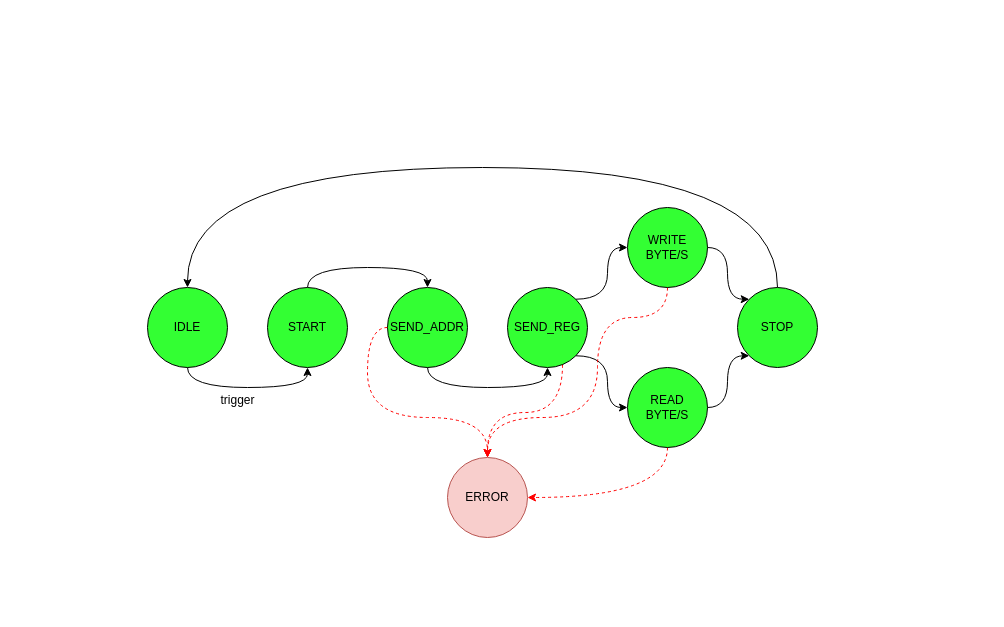
Above: page "I2C_CONTROLLER" (5 of 5) of projects/vicon_cmgj/diagram/vicon.drawio in carlosmgj/VICON (draw.io), before the change. Source tidied: cells renumbered, new cells numbered last; positions are measured from the earlier drawing's top-left corner, leaving out a move shared by most shapes. Both pictures are drawn from the tidied source at 100%, with x=0, y=0 at pixel (147, 167).
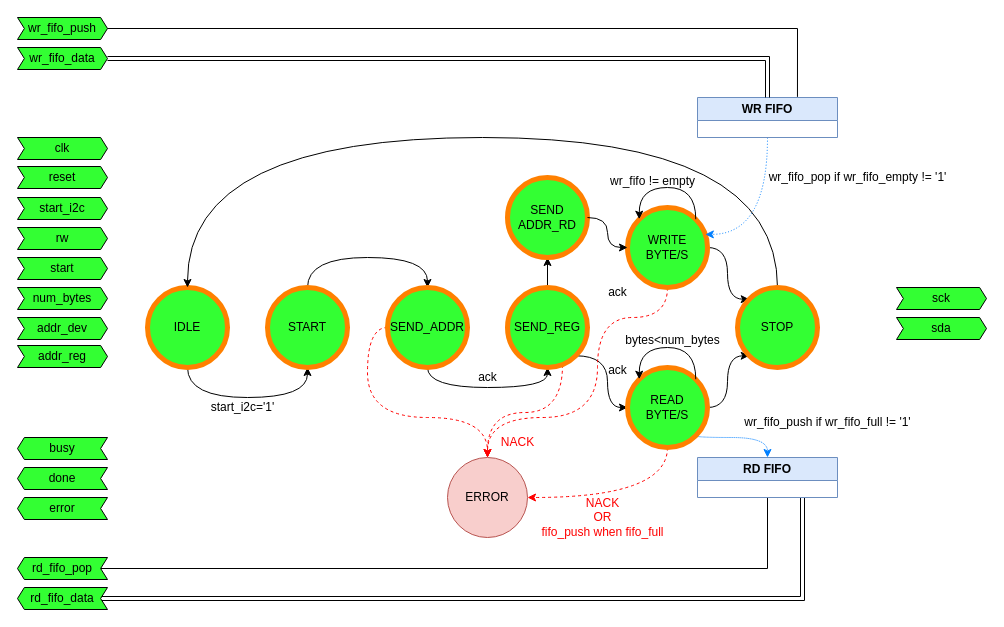
Above is the later version.

Change to the diagram source:
```diff
@@
     <mxCell id="2" style="edgeStyle=orthogonalEdgeStyle;rounded=0;jettySize=auto;html=1;exitX=0.5;exitY=1;exitDx=0;exitDy=0;entryX=0.5;entryY=1;entryDx=0;entryDy=0;curved=1;" parent="1" edge="1" source="3" target="5">
-      <mxGeometry relative="1" as="geometry" />
+      <mxGeometry relative="1" as="geometry">
+        <Array as="points">
+          <mxPoint x="40" y="230" />
+          <mxPoint x="160" y="230" />
+        </Array>
+      </mxGeometry>
     </mxCell>
-    <mxCell id="3" value="IDLE" style="ellipse;whiteSpace=wrap;html=1;fillColor=#33FF33;" parent="1" vertex="1">
+    <mxCell id="3" value="IDLE" style="ellipse;whiteSpace=wrap;html=1;fillColor=#33FF33;strokeColor=#FF8000;strokeWidth=5;" parent="1" vertex="1">
       <mxGeometry y="120" width="80" height="80" as="geometry" />
     </mxCell>
     <mxCell id="4" style="edgeStyle=orthogonalEdgeStyle;rounded=0;jettySize=auto;html=1;exitX=0.5;exitY=0;exitDx=0;exitDy=0;entryX=0.5;entryY=0;entryDx=0;entryDy=0;curved=1;" parent="1" edge="1" source="5" target="8">
-      <mxGeometry relative="1" as="geometry" />
+      <mxGeometry relative="1" as="geometry">
+        <Array as="points">
+          <mxPoint x="160" y="90" />
+          <mxPoint x="280" y="90" />
+        </Array>
+      </mxGeometry>
     </mxCell>
-    <mxCell id="5" value="START" style="ellipse;whiteSpace=wrap;html=1;fillColor=#33FF33;" parent="1" vertex="1">
+    <mxCell id="5" value="START" style="ellipse;whiteSpace=wrap;html=1;fillColor=#33FF33;strokeColor=#FF8000;strokeWidth=5;" parent="1" vertex="1">
       <mxGeometry x="120" y="120" width="80" height="80" as="geometry" />
     </mxCell>
@@
-    <mxCell id="8" value="SEND_ADDR" style="ellipse;whiteSpace=wrap;html=1;fillColor=#33FF33;" parent="1" vertex="1">
+    <mxCell id="8" value="SEND_ADDR" style="ellipse;whiteSpace=wrap;html=1;fillColor=#33FF33;strokeColor=#FF8000;strokeWidth=5;" parent="1" vertex="1">
       <mxGeometry x="240" y="120" width="80" height="80" as="geometry" />
     </mxCell>
-    <mxCell id="9" style="edgeStyle=orthogonalEdgeStyle;rounded=0;jettySize=auto;html=1;exitX=1;exitY=0;exitDx=0;exitDy=0;entryX=0;entryY=0.5;entryDx=0;entryDy=0;curved=1;" parent="1" edge="1" source="12" target="18">
-      <mxGeometry relative="1" as="geometry" />
-    </mxCell>
@@
+    <mxCell id="23" style="edgeStyle=orthogonalEdgeStyle;rounded=0;jettySize=auto;html=1;entryX=0.5;entryY=1;entryDx=0;entryDy=0;" parent="1" edge="1" source="12" target="61">
+      <mxGeometry relative="1" as="geometry" />
+    </mxCell>
-    <mxCell id="12" value="SEND_REG" style="ellipse;whiteSpace=wrap;html=1;fillColor=#33FF33;" parent="1" vertex="1">
+    <mxCell id="12" value="SEND_REG" style="ellipse;whiteSpace=wrap;html=1;fillColor=#33FF33;strokeColor=#FF8000;strokeWidth=5;" parent="1" vertex="1">
       <mxGeometry x="360" y="120" width="80" height="80" as="geometry" />
     </mxCell>
@@
+    <mxCell id="24" style="edgeStyle=orthogonalEdgeStyle;rounded=0;jettySize=auto;html=1;exitX=1;exitY=1;exitDx=0;exitDy=0;entryX=0.5;entryY=0;entryDx=0;entryDy=0;curved=1;dashed=1;dashPattern=1 1;strokeColor=#007FFF;" parent="1" edge="1" source="15" target="33">
+      <mxGeometry relative="1" as="geometry">
+        <Array as="points">
+          <mxPoint x="548" y="270" />
+          <mxPoint x="620" y="270" />
+        </Array>
+      </mxGeometry>
+    </mxCell>
-    <mxCell id="15" value="READ BYTE/S" style="ellipse;whiteSpace=wrap;html=1;fillColor=#33FF33;" parent="1" vertex="1">
+    <mxCell id="15" value="READ BYTE/S" style="ellipse;whiteSpace=wrap;html=1;fillColor=#33FF33;strokeColor=#FF8000;strokeWidth=5;" parent="1" vertex="1">
       <mxGeometry x="480" y="200" width="80" height="80" as="geometry" />
     </mxCell>
@@
-    <mxCell id="18" value="WRITE&lt;br&gt;BYTE/S" style="ellipse;whiteSpace=wrap;html=1;fillColor=#33FF33;" parent="1" vertex="1">
+    <mxCell id="18" value="WRITE&lt;br&gt;BYTE/S" style="ellipse;whiteSpace=wrap;html=1;fillColor=#33FF33;strokeColor=#FF8000;strokeWidth=5;" parent="1" vertex="1">
       <mxGeometry x="480" y="40" width="80" height="80" as="geometry" />
     </mxCell>
     <mxCell id="19" style="edgeStyle=orthogonalEdgeStyle;rounded=0;jettySize=auto;html=1;exitX=0.5;exitY=0;exitDx=0;exitDy=0;entryX=0.5;entryY=0;entryDx=0;entryDy=0;curved=1;" parent="1" edge="1" source="20" target="3">
       <mxGeometry relative="1" as="geometry">
         <Array as="points">
-          <mxPoint x="630" />
-          <mxPoint x="40" />
+          <mxPoint x="630" y="-30" />
+          <mxPoint x="40" y="-30" />
         </Array>
       </mxGeometry>
     </mxCell>
-    <mxCell id="20" value="STOP" style="ellipse;whiteSpace=wrap;html=1;fillColor=#33FF33;" parent="1" vertex="1">
+    <mxCell id="20" value="STOP" style="ellipse;whiteSpace=wrap;html=1;fillColor=#33FF33;strokeColor=#FF8000;strokeWidth=5;" parent="1" vertex="1">
       <mxGeometry x="590" y="120" width="80" height="80" as="geometry" />
     </mxCell>
-    <mxCell id="21" value="trigger" style="text;html=1;align=center;verticalAlign=middle;strokeColor=none;fillColor=none;" parent="1" vertex="1">
-      <mxGeometry x="60" y="218" width="60" height="30" as="geometry" />
-    </mxCell>
@@
+    <mxCell id="25" value="NACK" style="text;html=1;align=center;verticalAlign=middle;strokeColor=none;fillColor=none;fontColor=#FF0000;" parent="1" vertex="1">
+      <mxGeometry x="340" y="260" width="60" height="30" as="geometry" />
+    </mxCell>
+    <mxCell id="26" value="NACK &lt;br&gt;OR &lt;br&gt;fifo_push when fifo_full" style="text;html=1;align=center;verticalAlign=middle;strokeColor=none;fillColor=none;fontColor=#FF0000;" parent="1" vertex="1">
+      <mxGeometry x="380" y="320" width="150" height="60" as="geometry" />
+    </mxCell>
+    <mxCell id="27" style="edgeStyle=orthogonalEdgeStyle;rounded=0;orthogonalLoop=1;jettySize=auto;html=1;exitX=1;exitY=0;exitDx=0;exitDy=0;entryX=0;entryY=0;entryDx=0;entryDy=0;curved=1;" parent="1" edge="1" source="15" target="15">
+      <mxGeometry relative="1" as="geometry">
+        <Array as="points">
+          <mxPoint x="548" y="180" />
+          <mxPoint x="492" y="180" />
+        </Array>
+      </mxGeometry>
+    </mxCell>
+    <mxCell id="28" style="edgeStyle=orthogonalEdgeStyle;rounded=0;orthogonalLoop=1;jettySize=auto;html=1;exitX=1;exitY=0;exitDx=0;exitDy=0;entryX=0;entryY=0;entryDx=0;entryDy=0;curved=1;" parent="1" edge="1" source="18" target="18">
+      <mxGeometry relative="1" as="geometry">
+        <Array as="points">
+          <mxPoint x="548" y="20" />
+          <mxPoint x="492" y="20" />
+        </Array>
+      </mxGeometry>
+    </mxCell>
+    <mxCell id="29" style="edgeStyle=orthogonalEdgeStyle;rounded=0;jettySize=auto;html=1;exitX=0.5;exitY=1;exitDx=0;exitDy=0;entryX=0.973;entryY=0.336;entryDx=0;entryDy=0;curved=1;entryPerimeter=0;dashed=1;dashPattern=1 2;strokeColor=#007FFF;" parent="1" edge="1" source="30" target="18">
+      <mxGeometry relative="1" as="geometry">
+        <Array as="points">
+          <mxPoint x="620" y="67" />
+        </Array>
+      </mxGeometry>
+    </mxCell>
+    <mxCell id="30" value="WR FIFO" style="swimlane;whiteSpace=wrap;html=1;fillColor=#dae8fc;strokeColor=#6c8ebf;" parent="1" vertex="1">
+      <mxGeometry x="550" y="-70" width="140" height="40" as="geometry" />
+    </mxCell>
+    <mxCell id="31" style="edgeStyle=orthogonalEdgeStyle;rounded=0;jettySize=auto;html=1;exitX=0.5;exitY=1;exitDx=0;exitDy=0;entryX=1;entryY=0.5;entryDx=0;entryDy=0;endArrow=none;endFill=0;" parent="1" edge="1" source="33" target="36">
+      <mxGeometry relative="1" as="geometry">
+        <Array as="points">
+          <mxPoint x="620" y="401" />
+        </Array>
+      </mxGeometry>
+    </mxCell>
+    <mxCell id="32" style="edgeStyle=orthogonalEdgeStyle;rounded=0;jettySize=auto;html=1;exitX=0.75;exitY=1;exitDx=0;exitDy=0;entryX=1;entryY=0.5;entryDx=0;entryDy=0;shape=link;" parent="1" edge="1" source="33" target="37">
+      <mxGeometry relative="1" as="geometry">
+        <Array as="points">
+          <mxPoint x="655" y="431" />
+        </Array>
+      </mxGeometry>
+    </mxCell>
+    <mxCell id="33" value="RD FIFO" style="swimlane;whiteSpace=wrap;html=1;fillColor=#dae8fc;strokeColor=#6c8ebf;" parent="1" vertex="1">
+      <mxGeometry x="550" y="290" width="140" height="40" as="geometry" />
+    </mxCell>
+    <mxCell id="34" value="wr_fifo_push" style="shape=step;perimeter=stepPerimeter;whiteSpace=wrap;html=1;fixedSize=1;size=6.8620689655173805;labelBackgroundColor=none;rounded=0;fillColor=#33FF33;" parent="1" vertex="1">
+      <mxGeometry x="-130" y="-150" width="90" height="22" as="geometry" />
+    </mxCell>
+    <mxCell id="35" style="edgeStyle=orthogonalEdgeStyle;rounded=0;jettySize=auto;html=1;entryX=0.5;entryY=0;entryDx=0;entryDy=0;shape=link;exitX=1;exitY=0.5;exitDx=0;exitDy=0;" parent="1" edge="1" source="45" target="30">
+      <mxGeometry relative="1" as="geometry" />
+    </mxCell>
+    <mxCell id="36" value="rd_fifo_pop" style="shape=step;perimeter=stepPerimeter;whiteSpace=wrap;html=1;fixedSize=1;size=6.8620689655173805;labelBackgroundColor=none;rounded=0;fillColor=#33FF33;flipH=1;" parent="1" vertex="1">
+      <mxGeometry x="-130" y="390" width="90" height="22" as="geometry" />
+    </mxCell>
+    <mxCell id="37" value="rd_fifo_data" style="shape=step;perimeter=stepPerimeter;whiteSpace=wrap;html=1;fixedSize=1;size=6.8620689655173805;labelBackgroundColor=none;rounded=0;fillColor=#33FF33;flipH=1;" parent="1" vertex="1">
+      <mxGeometry x="-130" y="420" width="90" height="22" as="geometry" />
+    </mxCell>
+    <mxCell id="38" style="edgeStyle=orthogonalEdgeStyle;rounded=0;jettySize=auto;html=1;entryX=0.714;entryY=-0.016;entryDx=0;entryDy=0;entryPerimeter=0;endArrow=none;endFill=0;exitX=1;exitY=0.5;exitDx=0;exitDy=0;" parent="1" edge="1" source="34" target="30">
+      <mxGeometry relative="1" as="geometry">
+        <Array as="points">
+          <mxPoint x="650" y="-139" />
+        </Array>
+      </mxGeometry>
+    </mxCell>
+    <mxCell id="39" value="start_i2c='1'" style="text;html=1;align=center;verticalAlign=middle;strokeColor=none;fillColor=none;" parent="1" vertex="1">
+      <mxGeometry x="50" y="225" width="90" height="30" as="geometry" />
+    </mxCell>
+    <mxCell id="40" value="wr_fifo_pop if wr_fifo_empty != '1'" style="text;html=1;align=center;verticalAlign=middle;strokeColor=none;fillColor=none;" parent="1" vertex="1">
+      <mxGeometry x="610" y="-5" width="200" height="30" as="geometry" />
+    </mxCell>
+    <mxCell id="41" value="wr_fifo_push if wr_fifo_full != '1'" style="text;html=1;align=center;verticalAlign=middle;strokeColor=none;fillColor=none;" parent="1" vertex="1">
+      <mxGeometry x="585" y="240" width="190" height="30" as="geometry" />
+    </mxCell>
+    <mxCell id="42" value="busy" style="shape=step;perimeter=stepPerimeter;whiteSpace=wrap;html=1;fixedSize=1;size=6.8620689655173805;labelBackgroundColor=none;rounded=0;fillColor=#33FF33;flipH=1;" parent="1" vertex="1">
+      <mxGeometry x="-130" y="270" width="90" height="22" as="geometry" />
+    </mxCell>
+    <mxCell id="43" value="sck" style="shape=step;perimeter=stepPerimeter;whiteSpace=wrap;html=1;fixedSize=1;size=6.8620689655173805;labelBackgroundColor=none;rounded=0;fillColor=#33FF33;" parent="1" vertex="1">
+      <mxGeometry x="749" y="120" width="90" height="22" as="geometry" />
+    </mxCell>
+    <mxCell id="44" value="sda" style="shape=step;perimeter=stepPerimeter;whiteSpace=wrap;html=1;fixedSize=1;size=6.8620689655173805;labelBackgroundColor=none;rounded=0;fillColor=#33FF33;" parent="1" vertex="1">
+      <mxGeometry x="749" y="150" width="90" height="22" as="geometry" />
+    </mxCell>
+    <mxCell id="45" value="wr_fifo_data" style="shape=step;perimeter=stepPerimeter;whiteSpace=wrap;html=1;fixedSize=1;size=6.8620689655173805;labelBackgroundColor=none;rounded=0;fillColor=#33FF33;" parent="1" vertex="1">
+      <mxGeometry x="-130" y="-120" width="90" height="22" as="geometry" />
+    </mxCell>
+    <mxCell id="46" value="clk" style="shape=step;perimeter=stepPerimeter;whiteSpace=wrap;html=1;fixedSize=1;size=6.8620689655173805;labelBackgroundColor=none;rounded=0;fillColor=#33FF33;" parent="1" vertex="1">
+      <mxGeometry x="-130" y="-30" width="90" height="22" as="geometry" />
+    </mxCell>
+    <mxCell id="47" value="reset" style="shape=step;perimeter=stepPerimeter;whiteSpace=wrap;html=1;fixedSize=1;size=6.8620689655173805;labelBackgroundColor=none;rounded=0;fillColor=#33FF33;" parent="1" vertex="1">
+      <mxGeometry x="-130" y="-1" width="90" height="22" as="geometry" />
+    </mxCell>
+    <mxCell id="48" value="start_i2c" style="shape=step;perimeter=stepPerimeter;whiteSpace=wrap;html=1;fixedSize=1;size=6.8620689655173805;labelBackgroundColor=none;rounded=0;fillColor=#33FF33;" parent="1" vertex="1">
+      <mxGeometry x="-130" y="30" width="90" height="22" as="geometry" />
+    </mxCell>
+    <mxCell id="49" value="rw" style="shape=step;perimeter=stepPerimeter;whiteSpace=wrap;html=1;fixedSize=1;size=6.8620689655173805;labelBackgroundColor=none;rounded=0;fillColor=#33FF33;" parent="1" vertex="1">
+      <mxGeometry x="-130" y="60" width="90" height="22" as="geometry" />
+    </mxCell>
+    <mxCell id="50" value="start" style="shape=step;perimeter=stepPerimeter;whiteSpace=wrap;html=1;fixedSize=1;size=6.8620689655173805;labelBackgroundColor=none;rounded=0;fillColor=#33FF33;" parent="1" vertex="1">
+      <mxGeometry x="-130" y="90" width="90" height="22" as="geometry" />
+    </mxCell>
+    <mxCell id="51" value="num_bytes" style="shape=step;perimeter=stepPerimeter;whiteSpace=wrap;html=1;fixedSize=1;size=6.8620689655173805;labelBackgroundColor=none;rounded=0;fillColor=#33FF33;" parent="1" vertex="1">
+      <mxGeometry x="-130" y="120" width="90" height="22" as="geometry" />
+    </mxCell>
+    <mxCell id="52" value="addr_dev" style="shape=step;perimeter=stepPerimeter;whiteSpace=wrap;html=1;fixedSize=1;size=6.8620689655173805;labelBackgroundColor=none;rounded=0;fillColor=#33FF33;" parent="1" vertex="1">
+      <mxGeometry x="-130" y="150" width="90" height="22" as="geometry" />
+    </mxCell>
+    <mxCell id="53" value="addr_reg" style="shape=step;perimeter=stepPerimeter;whiteSpace=wrap;html=1;fixedSize=1;size=6.8620689655173805;labelBackgroundColor=none;rounded=0;fillColor=#33FF33;" parent="1" vertex="1">
+      <mxGeometry x="-130" y="178" width="90" height="22" as="geometry" />
+    </mxCell>
+    <mxCell id="54" value="done" style="shape=step;perimeter=stepPerimeter;whiteSpace=wrap;html=1;fixedSize=1;size=6.8620689655173805;labelBackgroundColor=none;rounded=0;fillColor=#33FF33;flipH=1;" parent="1" vertex="1">
+      <mxGeometry x="-130" y="300" width="90" height="22" as="geometry" />
+    </mxCell>
+    <mxCell id="55" value="error" style="shape=step;perimeter=stepPerimeter;whiteSpace=wrap;html=1;fixedSize=1;size=6.8620689655173805;labelBackgroundColor=none;rounded=0;fillColor=#33FF33;flipH=1;" parent="1" vertex="1">
+      <mxGeometry x="-130" y="330" width="90" height="22" as="geometry" />
+    </mxCell>
+    <mxCell id="56" value="bytes&amp;lt;num_bytes" style="text;html=1;align=center;verticalAlign=middle;strokeColor=none;fillColor=none;" parent="1" vertex="1">
+      <mxGeometry x="465" y="158" width="120" height="30" as="geometry" />
+    </mxCell>
+    <mxCell id="57" value="wr_fifo != empty" style="text;html=1;align=center;verticalAlign=middle;strokeColor=none;fillColor=none;" parent="1" vertex="1">
+      <mxGeometry x="450" y="-1" width="110" height="30" as="geometry" />
+    </mxCell>
+    <mxCell id="58" value="ack" style="text;html=1;align=center;verticalAlign=middle;strokeColor=none;fillColor=none;" parent="1" vertex="1">
+      <mxGeometry x="320" y="195" width="40" height="30" as="geometry" />
+    </mxCell>
+    <mxCell id="59" value="ack" style="text;html=1;align=center;verticalAlign=middle;strokeColor=none;fillColor=none;" parent="1" vertex="1">
+      <mxGeometry x="450" y="188" width="40" height="30" as="geometry" />
+    </mxCell>
+    <mxCell id="60" value="ack" style="text;html=1;align=center;verticalAlign=middle;strokeColor=none;fillColor=none;" parent="1" vertex="1">
+      <mxGeometry x="450" y="110" width="40" height="30" as="geometry" />
+    </mxCell>
+    <mxCell id="61" value="SEND&lt;br&gt;ADDR_RD" style="ellipse;whiteSpace=wrap;html=1;fillColor=#33FF33;strokeColor=#FF8000;strokeWidth=5;" parent="1" vertex="1">
+      <mxGeometry x="360" y="10" width="80" height="80" as="geometry" />
+    </mxCell>
+    <mxCell id="62" style="edgeStyle=orthogonalEdgeStyle;rounded=0;jettySize=auto;html=1;exitX=1;exitY=0.5;exitDx=0;exitDy=0;entryX=0;entryY=0.5;entryDx=0;entryDy=0;curved=1;" parent="1" edge="1" source="61" target="18">
+      <mxGeometry relative="1" as="geometry" />
+    </mxCell>
```
